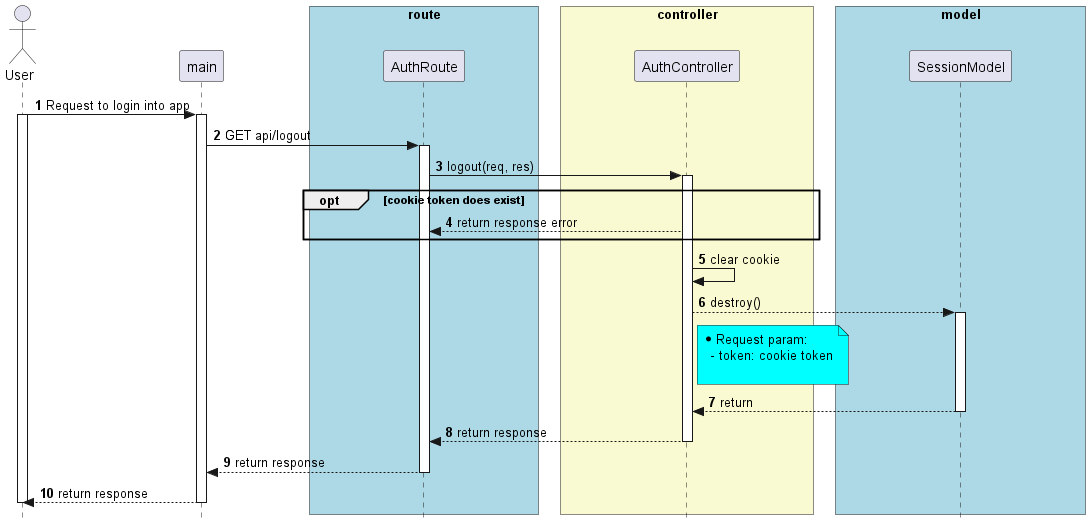
techcomrade/fmECG keeps this PlantUML diagram as latex_thesis/Images/server/sequence/server/logout.png. Above is the earlier version.
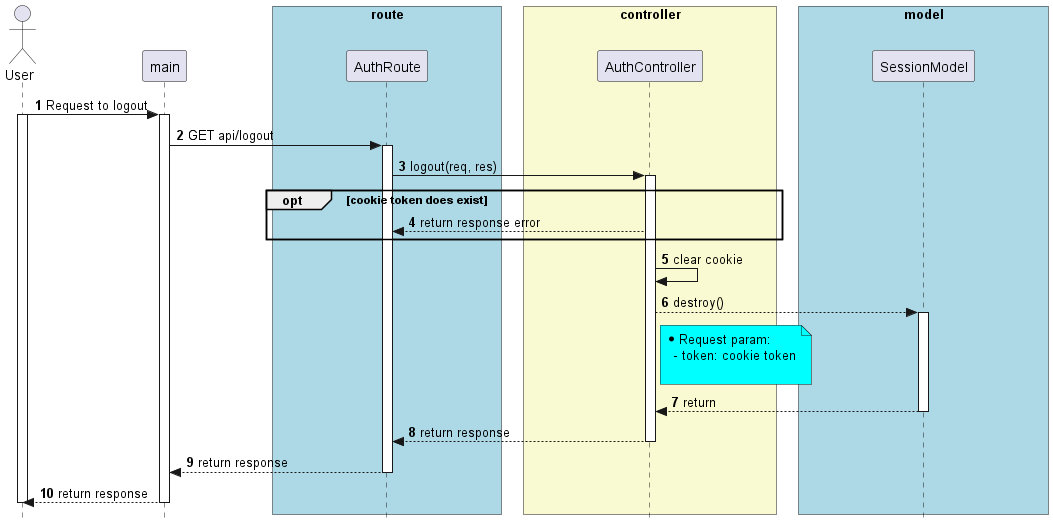
The same file after the commit.

What changed in the source:
```diff
@@ -37,7 +37,7 @@
 end box
 
 
-User -> main: Request to login into app
+User -> main: Request to logout
 activate User
 activate main
 
```
